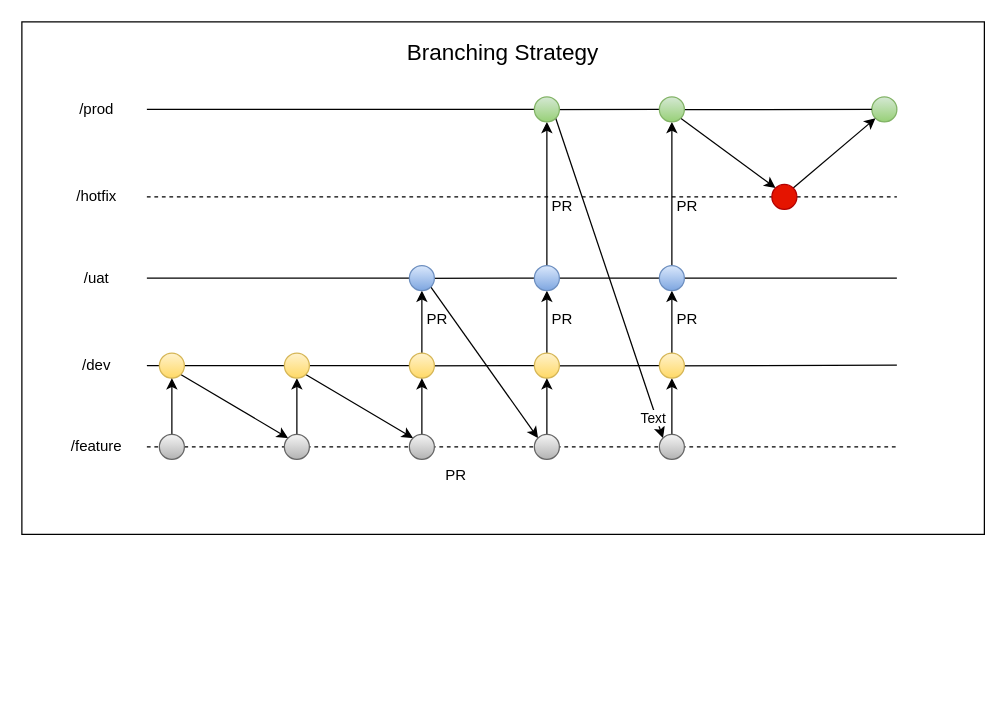
This is branches.drawio from Sri-git-acc/python, a draw.io file, before an edit. Source tidied: cells renumbered, new cells numbered last; positions are measured from the earlier drawing's top-left corner, leaving out a move shared by most shapes. Both pictures are drawn from the tidied source at 125%, with x=0, y=0 at pixel (21, 21).
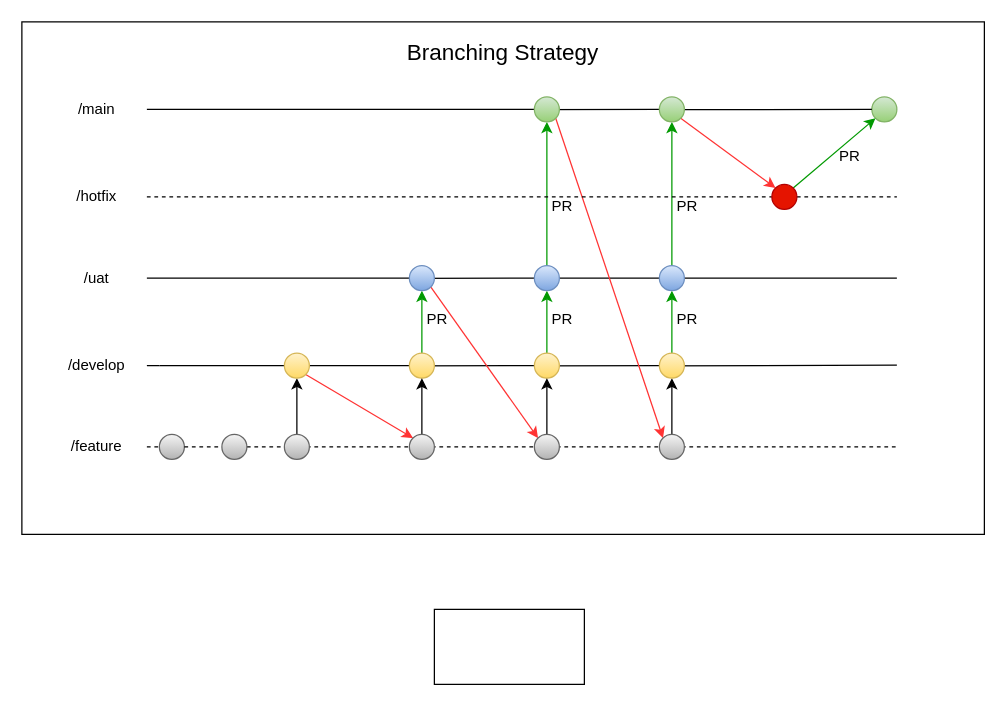
Above is the later version.

The change refers to these unchanged cells:
```xml
<mxCell id="16" style="ellipse;whiteSpace=wrap;html=1;fillColor=#f5f5f5;gradientColor=#b3b3b3;strokeColor=#666666;" parent="1" vertex="1">
  <mxGeometry x="210" y="330" width="20" height="20" as="geometry" />
</mxCell>
<mxCell id="19" style="ellipse;whiteSpace=wrap;html=1;fillColor=#f5f5f5;gradientColor=#b3b3b3;strokeColor=#666666;" parent="1" vertex="1">
  <mxGeometry x="110" y="330" width="20" height="20" as="geometry" />
</mxCell>
<mxCell id="22" style="ellipse;whiteSpace=wrap;html=1;fillColor=#fff2cc;gradientColor=#ffd966;strokeColor=#d6b656;" parent="1" vertex="1">
  <mxGeometry x="210" y="265" width="20" height="20" as="geometry" />
</mxCell>
<mxCell id="25" style="ellipse;whiteSpace=wrap;html=1;fillColor=#fff2cc;gradientColor=#ffd966;strokeColor=#d6b656;" parent="1" vertex="1">
  <mxGeometry x="310" y="265" width="20" height="20" as="geometry" />
</mxCell>
<mxCell id="31" style="ellipse;whiteSpace=wrap;html=1;fillColor=#dae8fc;strokeColor=#6c8ebf;gradientColor=#7ea6e0;" parent="1" vertex="1">
  <mxGeometry x="310" y="195" width="20" height="20" as="geometry" />
</mxCell>
<mxCell id="35" style="ellipse;whiteSpace=wrap;html=1;fillColor=#fff2cc;gradientColor=#ffd966;strokeColor=#d6b656;" parent="1" vertex="1">
  <mxGeometry x="410" y="265" width="20" height="20" as="geometry" />
</mxCell>
<mxCell id="38" style="ellipse;whiteSpace=wrap;html=1;fillColor=#dae8fc;strokeColor=#6c8ebf;gradientColor=#7ea6e0;" parent="1" vertex="1">
  <mxGeometry x="410" y="195" width="20" height="20" as="geometry" />
</mxCell>
<mxCell id="42" style="ellipse;whiteSpace=wrap;html=1;fillColor=#d5e8d4;gradientColor=#97d077;strokeColor=#82b366;" parent="1" vertex="1">
  <mxGeometry x="410" y="60" width="20" height="20" as="geometry" />
</mxCell>
<mxCell id="49" style="ellipse;whiteSpace=wrap;html=1;fillColor=#d5e8d4;gradientColor=#97d077;strokeColor=#82b366;" parent="1" vertex="1">
  <mxGeometry x="680" y="60" width="20" height="20" as="geometry" />
</mxCell>
<mxCell id="53" style="ellipse;whiteSpace=wrap;html=1;fillColor=#dae8fc;strokeColor=#6c8ebf;gradientColor=#7ea6e0;" parent="1" vertex="1">
  <mxGeometry x="510" y="195" width="20" height="20" as="geometry" />
</mxCell>
<mxCell id="56" style="ellipse;whiteSpace=wrap;html=1;fillColor=#d5e8d4;gradientColor=#97d077;strokeColor=#82b366;" parent="1" vertex="1">
  <mxGeometry x="510" y="60" width="20" height="20" as="geometry" />
</mxCell>
<mxCell id="59" style="ellipse;whiteSpace=wrap;html=1;fillColor=#e51400;fontColor=#ffffff;strokeColor=#B20000;" parent="1" vertex="1">
  <mxGeometry x="600" y="130" width="20" height="20" as="geometry" />
</mxCell>
<mxCell id="61" style="ellipse;whiteSpace=wrap;html=1;fillColor=#fff2cc;gradientColor=#ffd966;strokeColor=#d6b656;" parent="1" vertex="1">
  <mxGeometry x="510" y="265" width="20" height="20" as="geometry" />
</mxCell>
<mxCell id="62" style="ellipse;whiteSpace=wrap;html=1;fillColor=#f5f5f5;gradientColor=#b3b3b3;strokeColor=#666666;" parent="1" vertex="1">
  <mxGeometry x="510" y="330" width="20" height="20" as="geometry" />
</mxCell>
<mxCell id="63" style="ellipse;whiteSpace=wrap;html=1;fillColor=#f5f5f5;gradientColor=#b3b3b3;strokeColor=#666666;" parent="1" vertex="1">
  <mxGeometry x="410" y="330" width="20" height="20" as="geometry" />
</mxCell>
<mxCell id="64" style="ellipse;whiteSpace=wrap;html=1;fillColor=#f5f5f5;gradientColor=#b3b3b3;strokeColor=#666666;" parent="1" vertex="1">
  <mxGeometry x="310" y="330" width="20" height="20" as="geometry" />
</mxCell>
```

Diff of the diagram source:
```diff
@@
-    <mxCell id="3" style="endArrow=none;html=1;rounded=0;" parent="1" edge="1" source="12">
+    <mxCell id="3" style="endArrow=none;html=1;rounded=0;" parent="1" edge="1">
       <mxGeometry relative="1" as="geometry">
+        <mxPoint x="110" y="275" as="sourcePoint" />
         <mxPoint x="100" y="275" as="targetPoint" />
       </mxGeometry>
     </mxCell>
@@
-    <mxCell id="6" value="/dev" style="text;html=1;whiteSpace=wrap;strokeColor=none;fillColor=none;align=center;verticalAlign=middle;rounded=0;" parent="1" vertex="1">
+    <mxCell id="6" value="/develop" style="text;html=1;whiteSpace=wrap;strokeColor=none;fillColor=none;align=center;verticalAlign=middle;rounded=0;" parent="1" vertex="1">
       <mxGeometry x="30" y="260" width="60" height="30" as="geometry" />
     </mxCell>
@@
-    <mxCell id="9" value="/prod" style="text;html=1;whiteSpace=wrap;strokeColor=none;fillColor=none;align=center;verticalAlign=middle;rounded=0;" parent="1" vertex="1">
+    <mxCell id="9" value="/main" style="text;html=1;whiteSpace=wrap;strokeColor=none;fillColor=none;align=center;verticalAlign=middle;rounded=0;" parent="1" vertex="1">
       <mxGeometry x="30" y="55" width="60" height="30" as="geometry" />
     </mxCell>
-    <mxCell id="10" style="endArrow=none;html=1;rounded=0;entryX=0;entryY=0.5;entryDx=0;entryDy=0;" parent="1" edge="1" source="22" target="12">
-      <mxGeometry relative="1" as="geometry" />
+    <mxCell id="10" style="endArrow=none;html=1;rounded=0;entryX=0;entryY=0.5;entryDx=0;entryDy=0;" parent="1" edge="1" source="22">
+      <mxGeometry relative="1" as="geometry">
+        <mxPoint x="110" y="275" as="targetPoint" />
+      </mxGeometry>
     </mxCell>
-    <mxCell id="11" style="rounded=0;jettySize=auto;html=1;exitX=1;exitY=1;exitDx=0;exitDy=0;entryX=0;entryY=0;entryDx=0;entryDy=0;" parent="1" edge="1" source="12" target="16">
-      <mxGeometry relative="1" as="geometry" />
-    </mxCell>
-    <mxCell id="12" style="ellipse;whiteSpace=wrap;html=1;fillColor=#fff2cc;gradientColor=#ffd966;strokeColor=#d6b656;" parent="1" vertex="1">
-      <mxGeometry x="110" y="265" width="20" height="20" as="geometry" />
-    </mxCell>
-    <mxCell id="13" style="endArrow=none;dashed=1;html=1;rounded=0;entryX=0;entryY=0.5;entryDx=0;entryDy=0;" parent="1" edge="1" source="19" target="16">
+    <mxCell id="13" style="endArrow=none;dashed=1;html=1;rounded=0;entryX=0;entryY=0.5;entryDx=0;entryDy=0;" parent="1" edge="1" source="74" target="16">
       <mxGeometry relative="1" as="geometry" />
     </mxCell>
@@
-    <mxCell id="18" style="rounded=0;jettySize=auto;html=1;exitX=0.5;exitY=0;exitDx=0;exitDy=0;entryX=0.5;entryY=1;entryDx=0;entryDy=0;" parent="1" edge="1" source="19" target="12">
-      <mxGeometry relative="1" as="geometry" />
-    </mxCell>
@@
-    <mxCell id="21" style="rounded=0;jettySize=auto;html=1;exitX=1;exitY=1;exitDx=0;exitDy=0;entryX=0;entryY=0;entryDx=0;entryDy=0;" parent="1" edge="1" source="22" target="64">
+    <mxCell id="21" style="rounded=0;jettySize=auto;html=1;exitX=1;exitY=1;exitDx=0;exitDy=0;entryX=0;entryY=0;entryDx=0;entryDy=0;strokeColor=#FF3333;" parent="1" edge="1" source="22" target="64">
       <mxGeometry relative="1" as="geometry" />
     </mxCell>
@@
-    <mxCell id="24" style="edgeStyle=orthogonalEdgeStyle;rounded=0;jettySize=auto;html=1;exitX=0.5;exitY=0;exitDx=0;exitDy=0;entryX=0.5;entryY=1;entryDx=0;entryDy=0;" parent="1" edge="1" source="25" target="31">
+    <mxCell id="24" style="edgeStyle=orthogonalEdgeStyle;rounded=0;jettySize=auto;html=1;exitX=0.5;exitY=0;exitDx=0;exitDy=0;entryX=0.5;entryY=1;entryDx=0;entryDy=0;strokeColor=#009900;" parent="1" edge="1" source="25" target="31">
       <mxGeometry relative="1" as="geometry" />
     </mxCell>
@@
-    <mxCell id="30" style="rounded=0;jettySize=auto;html=1;exitX=1;exitY=1;exitDx=0;exitDy=0;entryX=0;entryY=0;entryDx=0;entryDy=0;" parent="1" edge="1" source="31" target="63">
+    <mxCell id="30" style="rounded=0;jettySize=auto;html=1;exitX=1;exitY=1;exitDx=0;exitDy=0;entryX=0;entryY=0;entryDx=0;entryDy=0;strokeColor=#FF3333;" parent="1" edge="1" source="31" target="63">
       <mxGeometry relative="1" as="geometry" />
     </mxCell>
@@
-    <mxCell id="34" style="edgeStyle=orthogonalEdgeStyle;rounded=0;jettySize=auto;html=1;exitX=0.5;exitY=0;exitDx=0;exitDy=0;entryX=0.5;entryY=1;entryDx=0;entryDy=0;" parent="1" edge="1" source="35" target="38">
+    <mxCell id="34" style="edgeStyle=orthogonalEdgeStyle;rounded=0;jettySize=auto;html=1;exitX=0.5;exitY=0;exitDx=0;exitDy=0;entryX=0.5;entryY=1;entryDx=0;entryDy=0;strokeColor=#009900;" parent="1" edge="1" source="35" target="38">
       <mxGeometry relative="1" as="geometry" />
     </mxCell>
@@
-    <mxCell id="37" style="edgeStyle=orthogonalEdgeStyle;rounded=0;jettySize=auto;html=1;exitX=0.5;exitY=0;exitDx=0;exitDy=0;entryX=0.5;entryY=1;entryDx=0;entryDy=0;" parent="1" edge="1" source="38" target="42">
+    <mxCell id="37" style="edgeStyle=orthogonalEdgeStyle;rounded=0;jettySize=auto;html=1;exitX=0.5;exitY=0;exitDx=0;exitDy=0;entryX=0.5;entryY=1;entryDx=0;entryDy=0;strokeColor=#009900;" parent="1" edge="1" source="38" target="42">
       <mxGeometry relative="1" as="geometry" />
     </mxCell>
@@
-    <mxCell id="40" style="rounded=0;jettySize=auto;html=1;exitX=1;exitY=1;exitDx=0;exitDy=0;entryX=0;entryY=0;entryDx=0;entryDy=0;" parent="1" edge="1" source="42" target="62">
+    <mxCell id="40" style="rounded=0;jettySize=auto;html=1;exitX=1;exitY=1;exitDx=0;exitDy=0;entryX=0;entryY=0;entryDx=0;entryDy=0;strokeColor=#FF3333;" parent="1" edge="1" source="42" target="62">
       <mxGeometry relative="1" as="geometry" />
     </mxCell>
-    <mxCell id="41" value="Text" style="edgeLabel;html=1;align=center;verticalAlign=middle;" parent="40" vertex="1">
-      <mxGeometry x="0.87" y="-3" relative="1" as="geometry" />
-    </mxCell>
@@
-    <mxCell id="50" style="edgeStyle=orthogonalEdgeStyle;rounded=0;jettySize=auto;html=1;exitX=0.5;exitY=0;exitDx=0;exitDy=0;entryX=0.5;entryY=1;entryDx=0;entryDy=0;" parent="1" edge="1" source="61" target="53">
+    <mxCell id="50" style="edgeStyle=orthogonalEdgeStyle;rounded=0;jettySize=auto;html=1;exitX=0.5;exitY=0;exitDx=0;exitDy=0;entryX=0.5;entryY=1;entryDx=0;entryDy=0;strokeColor=#009900;" parent="1" edge="1" source="61" target="53">
       <mxGeometry relative="1" as="geometry" />
     </mxCell>
@@
-    <mxCell id="52" style="edgeStyle=orthogonalEdgeStyle;rounded=0;jettySize=auto;html=1;exitX=0.5;exitY=0;exitDx=0;exitDy=0;entryX=0.5;entryY=1;entryDx=0;entryDy=0;" parent="1" edge="1" source="53" target="56">
+    <mxCell id="52" style="edgeStyle=orthogonalEdgeStyle;rounded=0;jettySize=auto;html=1;exitX=0.5;exitY=0;exitDx=0;exitDy=0;entryX=0.5;entryY=1;entryDx=0;entryDy=0;strokeColor=#009900;" parent="1" edge="1" source="53" target="56">
       <mxGeometry relative="1" as="geometry" />
     </mxCell>
@@
-    <mxCell id="55" style="rounded=0;jettySize=auto;html=1;exitX=1;exitY=1;exitDx=0;exitDy=0;entryX=0;entryY=0;entryDx=0;entryDy=0;" parent="1" edge="1" source="56" target="59">
+    <mxCell id="55" style="rounded=0;jettySize=auto;html=1;exitX=1;exitY=1;exitDx=0;exitDy=0;entryX=0;entryY=0;entryDx=0;entryDy=0;strokeColor=#FF3333;" parent="1" edge="1" source="56" target="59">
       <mxGeometry relative="1" as="geometry" />
     </mxCell>
@@
-    <mxCell id="58" style="rounded=0;jettySize=auto;html=1;exitX=1;exitY=0;exitDx=0;exitDy=0;entryX=0;entryY=1;entryDx=0;entryDy=0;" parent="1" edge="1" source="59" target="49">
+    <mxCell id="58" style="rounded=0;jettySize=auto;html=1;exitX=1;exitY=0;exitDx=0;exitDy=0;entryX=0;entryY=1;entryDx=0;entryDy=0;strokeColor=#009900;" parent="1" edge="1" source="59" target="49">
       <mxGeometry relative="1" as="geometry" />
     </mxCell>
@@
-    <mxCell id="65" value="PR" style="text;html=1;whiteSpace=wrap;strokeColor=none;fillColor=none;align=center;verticalAlign=middle;rounded=0;" parent="1" vertex="1">
-      <mxGeometry x="325" y="355" width="45" height="15" as="geometry" />
-    </mxCell>
@@
+    <mxCell id="65" value="PR" style="text;html=1;whiteSpace=wrap;strokeColor=none;fillColor=none;align=center;verticalAlign=middle;rounded=0;" parent="1" vertex="1">
+      <mxGeometry x="640" y="100" width="45" height="15" as="geometry" />
+    </mxCell>
+    <mxCell id="72" style="rounded=0;whiteSpace=wrap;html=1;" parent="1" vertex="1">
+      <mxGeometry x="330" y="470" width="120" height="60" as="geometry" />
+    </mxCell>
+    <mxCell id="73" style="endArrow=none;dashed=1;html=1;rounded=0;entryX=0;entryY=0.5;entryDx=0;entryDy=0;" parent="1" edge="1" source="19" target="74">
+      <mxGeometry relative="1" as="geometry" />
+    </mxCell>
+    <mxCell id="74" style="ellipse;whiteSpace=wrap;html=1;fillColor=#f5f5f5;gradientColor=#b3b3b3;strokeColor=#666666;" parent="1" vertex="1">
+      <mxGeometry x="160" y="330" width="20" height="20" as="geometry" />
+    </mxCell>
```
